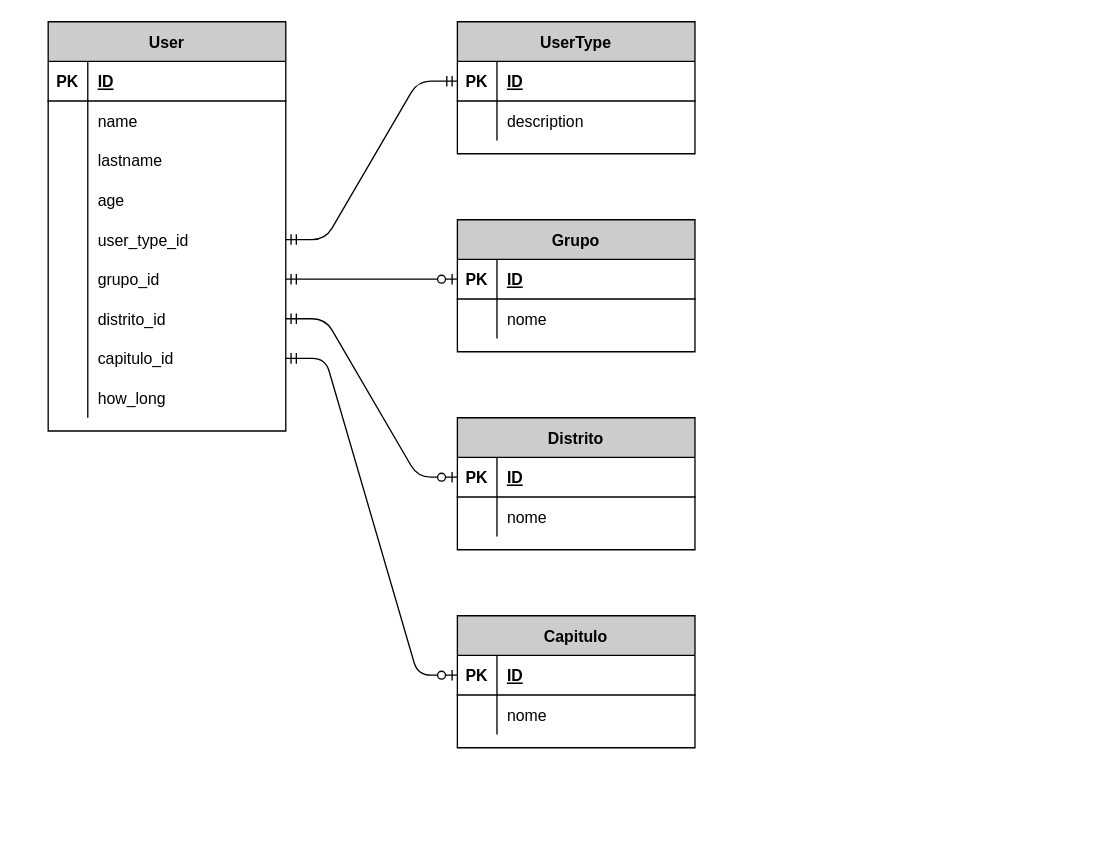
This is sgi potugal extranet.drawio from marciojusto/extranet, a draw.io file, before an edit. Source tidied: cells renumbered, new cells numbered last; positions are measured from the earlier drawing's top-left corner, leaving out a move shared by most shapes. Both pictures are drawn from the tidied source at 132%, with x=0, y=0 at pixel (48, 21).
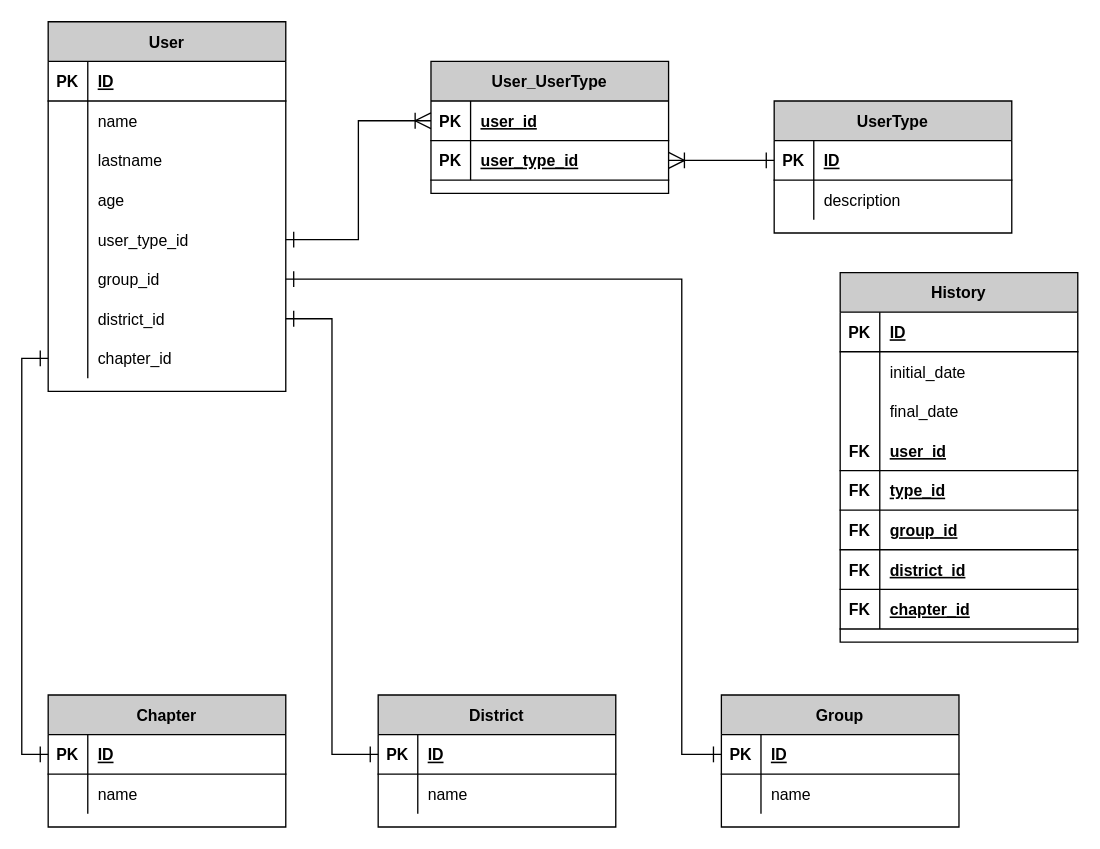
Above is the later version.

The change refers to these unchanged cells:
```xml
<mxCell id="15" style="shape=partialRectangle;fillColor=none;top=0;left=0;bottom=0;right=0;points=[[0,0.5],[1,0.5]];portConstraint=eastwest;" parent="2" vertex="1">
  <mxGeometry y="150" width="180" height="30" as="geometry" />
</mxCell>
<mxCell id="18" style="shape=partialRectangle;fillColor=none;top=0;left=0;bottom=0;right=0;points=[[0,0.5],[1,0.5]];portConstraint=eastwest;" parent="2" vertex="1">
  <mxGeometry y="180" width="180" height="30" as="geometry" />
</mxCell>
<mxCell id="21" style="shape=partialRectangle;fillColor=none;top=0;left=0;bottom=0;right=0;points=[[0,0.5],[1,0.5]];portConstraint=eastwest;" parent="2" vertex="1">
  <mxGeometry y="210" width="180" height="30" as="geometry" />
</mxCell>
<mxCell id="24" style="shape=partialRectangle;fillColor=none;top=0;left=0;bottom=0;right=0;points=[[0,0.5],[1,0.5]];portConstraint=eastwest;" parent="2" vertex="1">
  <mxGeometry y="240" width="180" height="30" as="geometry" />
</mxCell>
<mxCell id="42" style="shape=partialRectangle;fillColor=none;top=0;left=0;bottom=1;right=0;points=[[0,0.5],[1,0.5]];portConstraint=eastwest;" parent="41" vertex="1">
  <mxGeometry y="30" width="180" height="30" as="geometry" />
</mxCell>
<mxCell id="45" style="shape=partialRectangle;fillColor=none;top=0;left=0;bottom=0;right=0;" parent="41" vertex="1">
  <mxGeometry y="60" width="180" height="30" as="geometry" />
</mxCell>
<mxCell id="49" style="shape=partialRectangle;fillColor=none;top=0;left=0;bottom=1;right=0;points=[[0,0.5],[1,0.5]];portConstraint=eastwest;" parent="48" vertex="1">
  <mxGeometry y="30" width="180" height="30" as="geometry" />
</mxCell>
<mxCell id="52" style="shape=partialRectangle;fillColor=none;top=0;left=0;bottom=0;right=0;" parent="48" vertex="1">
  <mxGeometry y="60" width="180" height="30" as="geometry" />
</mxCell>
```

What changed in the source:
```diff
@@
     <mxCell id="2" value="User" style="shape=table;startSize=30;childLayout=tableLayout;rowLines=0;fontStyle=1;align=center;fillColor=#CCCCCC;" parent="1" vertex="1">
-      <mxGeometry width="180" height="310" as="geometry" />
+      <mxGeometry width="180" height="280" as="geometry" />
     </mxCell>
@@
-    <mxCell id="20" value="grupo_id" style="shape=partialRectangle;fillColor=none;top=0;left=0;bottom=0;right=0;align=left;spacingLeft=6;overflow=hidden;" parent="18" vertex="1">
+    <mxCell id="20" value="group_id" style="shape=partialRectangle;fillColor=none;top=0;left=0;bottom=0;right=0;align=left;spacingLeft=6;overflow=hidden;" parent="18" vertex="1">
       <mxGeometry x="30" width="150" height="30" as="geometry" />
     </mxCell>
@@
-    <mxCell id="23" value="distrito_id" style="shape=partialRectangle;fillColor=none;top=0;left=0;bottom=0;right=0;align=left;spacingLeft=6;overflow=hidden;" parent="21" vertex="1">
+    <mxCell id="23" value="district_id" style="shape=partialRectangle;fillColor=none;top=0;left=0;bottom=0;right=0;align=left;spacingLeft=6;overflow=hidden;" parent="21" vertex="1">
       <mxGeometry x="30" width="150" height="30" as="geometry" />
     </mxCell>
@@
-    <mxCell id="26" value="capitulo_id" style="shape=partialRectangle;fillColor=none;top=0;left=0;bottom=0;right=0;align=left;spacingLeft=6;overflow=hidden;" parent="24" vertex="1">
+    <mxCell id="26" value="chapter_id" style="shape=partialRectangle;fillColor=none;top=0;left=0;bottom=0;right=0;align=left;spacingLeft=6;overflow=hidden;" parent="24" vertex="1">
       <mxGeometry x="30" width="150" height="30" as="geometry" />
     </mxCell>
-    <mxCell id="27" style="shape=partialRectangle;fillColor=none;top=0;left=0;bottom=0;right=0;" parent="2" vertex="1">
-      <mxGeometry y="270" width="180" height="30" as="geometry" />
-    </mxCell>
-    <mxCell id="28" style="shape=partialRectangle;fillColor=none;top=0;left=0;bottom=0;right=0;overflow=hidden;" parent="27" vertex="1">
-      <mxGeometry width="30" height="30" as="geometry" />
-    </mxCell>
-    <mxCell id="29" value="how_long" style="shape=partialRectangle;fillColor=none;top=0;left=0;bottom=0;right=0;align=left;spacingLeft=6;overflow=hidden;" parent="27" vertex="1">
-      <mxGeometry x="30" width="150" height="30" as="geometry" />
-    </mxCell>
-    <mxCell id="30" value="UserType" style="shape=table;startSize=30;childLayout=tableLayout;rowLines=0;fontStyle=1;align=center;fillColor=#CCCCCC;" parent="1" vertex="1">
-      <mxGeometry x="310" width="180" height="100" as="geometry" />
-    </mxCell>
-    <mxCell id="31" style="shape=partialRectangle;fillColor=none;top=0;left=0;bottom=1;right=0;points=[[0,0.5],[1,0.5]];portConstraint=eastwest;" parent="30" vertex="1">
-      <mxGeometry y="30" width="180" height="30" as="geometry" />
-    </mxCell>
-    <mxCell id="32" value="PK" style="shape=partialRectangle;fillColor=none;top=0;left=0;bottom=0;right=0;fontStyle=1;overflow=hidden;" parent="31" vertex="1">
-      <mxGeometry width="30" height="30" as="geometry" />
-    </mxCell>
-    <mxCell id="33" value="ID" style="shape=partialRectangle;fillColor=none;top=0;left=0;bottom=0;right=0;align=left;spacingLeft=6;fontStyle=5;overflow=hidden;" parent="31" vertex="1">
-      <mxGeometry x="30" width="150" height="30" as="geometry" />
-    </mxCell>
-    <mxCell id="34" style="shape=partialRectangle;fillColor=none;top=0;left=0;bottom=0;right=0;" parent="30" vertex="1">
-      <mxGeometry y="60" width="180" height="30" as="geometry" />
-    </mxCell>
-    <mxCell id="35" style="shape=partialRectangle;fillColor=none;top=0;left=0;bottom=0;right=0;overflow=hidden;" parent="34" vertex="1">
-      <mxGeometry width="30" height="30" as="geometry" />
-    </mxCell>
-    <mxCell id="36" value="description" style="shape=partialRectangle;fillColor=none;top=0;left=0;bottom=0;right=0;align=left;spacingLeft=6;overflow=hidden;" parent="34" vertex="1">
-      <mxGeometry x="30" width="150" height="30" as="geometry" />
-    </mxCell>
-    <mxCell id="37" style="edgeStyle=entityRelationEdgeStyle;fontSize=12;html=1;endArrow=ERmandOne;startArrow=ERmandOne;exitX=1;exitY=0.5;exitDx=0;exitDy=0;" parent="1" edge="1" source="15" target="31">
-      <mxGeometry relative="1" as="geometry" />
-    </mxCell>
+    <mxCell id="62" style="edgeStyle=orthogonalEdgeStyle;rounded=0;jettySize=auto;html=1;exitX=1;exitY=0.5;exitDx=0;exitDy=0;entryX=0;entryY=0.5;entryDx=0;entryDy=0;endArrow=ERoneToMany;endFill=0;fontSize=11;strokeWidth=1;endSize=10;startArrow=ERone;startFill=0;startSize=10;" parent="1" edge="1" source="15" target="90">
+      <mxGeometry relative="1" as="geometry" />
+    </mxCell>
+    <mxCell id="63" style="edgeStyle=orthogonalEdgeStyle;rounded=0;jettySize=auto;html=1;exitX=0;exitY=0.5;exitDx=0;exitDy=0;entryX=1;entryY=0.5;entryDx=0;entryDy=0;endArrow=ERoneToMany;endFill=0;endSize=10;strokeWidth=1;fontSize=11;startArrow=ERone;startFill=0;startSize=10;" parent="1" edge="1" source="31" target="93">
+      <mxGeometry relative="1" as="geometry" />
+    </mxCell>
+    <mxCell id="64" value="History" style="shape=table;startSize=30;childLayout=tableLayout;rowLines=0;fontStyle=1;align=center;fillColor=#CCCCCC;" parent="1" vertex="1">
+      <mxGeometry x="600" y="190" width="180" height="280" as="geometry" />
+    </mxCell>
+    <mxCell id="65" style="shape=partialRectangle;fillColor=none;top=0;left=0;bottom=1;right=0;" parent="64" vertex="1">
+      <mxGeometry y="30" width="180" height="30" as="geometry" />
+    </mxCell>
+    <mxCell id="66" value="PK" style="shape=partialRectangle;fillColor=none;top=0;left=0;bottom=0;right=0;fontStyle=1;overflow=hidden;" parent="65" vertex="1">
+      <mxGeometry width="30" height="30" as="geometry" />
+    </mxCell>
+    <mxCell id="67" value="ID" style="shape=partialRectangle;fillColor=none;top=0;left=0;bottom=0;right=0;align=left;spacingLeft=6;fontStyle=5;overflow=hidden;" parent="65" vertex="1">
+      <mxGeometry x="30" width="150" height="30" as="geometry" />
+    </mxCell>
+    <mxCell id="68" style="shape=partialRectangle;fillColor=none;top=0;left=0;bottom=0;right=0;" parent="64" vertex="1">
+      <mxGeometry y="60" width="180" height="30" as="geometry" />
+    </mxCell>
+    <mxCell id="69" style="shape=partialRectangle;fillColor=none;top=0;left=0;bottom=0;right=0;overflow=hidden;" parent="68" vertex="1">
+      <mxGeometry width="30" height="30" as="geometry" />
+    </mxCell>
+    <mxCell id="70" value="initial_date" style="shape=partialRectangle;fillColor=none;top=0;left=0;bottom=0;right=0;align=left;spacingLeft=6;overflow=hidden;" parent="68" vertex="1">
+      <mxGeometry x="30" width="150" height="30" as="geometry" />
+    </mxCell>
+    <mxCell id="71" style="shape=partialRectangle;fillColor=none;top=0;left=0;bottom=0;right=0;" parent="64" vertex="1">
+      <mxGeometry y="90" width="180" height="30" as="geometry" />
+    </mxCell>
+    <mxCell id="72" style="shape=partialRectangle;fillColor=none;top=0;left=0;bottom=0;right=0;overflow=hidden;" parent="71" vertex="1">
+      <mxGeometry width="30" height="30" as="geometry" />
+    </mxCell>
+    <mxCell id="73" value="final_date" style="shape=partialRectangle;fillColor=none;top=0;left=0;bottom=0;right=0;align=left;spacingLeft=6;overflow=hidden;" parent="71" vertex="1">
+      <mxGeometry x="30" width="150" height="30" as="geometry" />
+    </mxCell>
+    <mxCell id="74" style="shape=partialRectangle;fillColor=none;top=0;left=0;bottom=1;right=0;" parent="64" vertex="1">
+      <mxGeometry y="120" width="180" height="30" as="geometry" />
+    </mxCell>
+    <mxCell id="75" value="FK" style="shape=partialRectangle;fillColor=none;top=0;left=0;bottom=0;right=0;fontStyle=1;overflow=hidden;" parent="74" vertex="1">
+      <mxGeometry width="30" height="30" as="geometry" />
+    </mxCell>
+    <mxCell id="76" value="user_id" style="shape=partialRectangle;fillColor=none;top=0;left=0;bottom=0;right=0;align=left;spacingLeft=6;fontStyle=5;overflow=hidden;" parent="74" vertex="1">
+      <mxGeometry x="30" width="150" height="30" as="geometry" />
+    </mxCell>
+    <mxCell id="77" style="shape=partialRectangle;fillColor=none;top=0;left=0;bottom=1;right=0;" parent="64" vertex="1">
+      <mxGeometry y="150" width="180" height="30" as="geometry" />
+    </mxCell>
+    <mxCell id="78" value="FK" style="shape=partialRectangle;fillColor=none;top=0;left=0;bottom=0;right=0;fontStyle=1;overflow=hidden;" parent="77" vertex="1">
+      <mxGeometry width="30" height="30" as="geometry" />
+    </mxCell>
+    <mxCell id="79" value="type_id" style="shape=partialRectangle;fillColor=none;top=0;left=0;bottom=0;right=0;align=left;spacingLeft=6;fontStyle=5;overflow=hidden;" parent="77" vertex="1">
+      <mxGeometry x="30" width="150" height="30" as="geometry" />
+    </mxCell>
+    <mxCell id="80" style="shape=partialRectangle;fillColor=none;top=0;left=0;bottom=1;right=0;" parent="64" vertex="1">
+      <mxGeometry y="180" width="180" height="30" as="geometry" />
+    </mxCell>
+    <mxCell id="81" value="FK" style="shape=partialRectangle;fillColor=none;top=0;left=0;bottom=0;right=0;fontStyle=1;overflow=hidden;" parent="80" vertex="1">
+      <mxGeometry width="30" height="30" as="geometry" />
+    </mxCell>
+    <mxCell id="82" value="group_id" style="shape=partialRectangle;fillColor=none;top=0;left=0;bottom=0;right=0;align=left;spacingLeft=6;fontStyle=5;overflow=hidden;" parent="80" vertex="1">
+      <mxGeometry x="30" width="150" height="30" as="geometry" />
+    </mxCell>
+    <mxCell id="83" style="shape=partialRectangle;fillColor=none;top=0;left=0;bottom=1;right=0;" parent="64" vertex="1">
+      <mxGeometry y="210" width="180" height="30" as="geometry" />
+    </mxCell>
+    <mxCell id="84" value="FK" style="shape=partialRectangle;fillColor=none;top=0;left=0;bottom=0;right=0;fontStyle=1;overflow=hidden;" parent="83" vertex="1">
+      <mxGeometry width="30" height="30" as="geometry" />
+    </mxCell>
+    <mxCell id="85" value="district_id" style="shape=partialRectangle;fillColor=none;top=0;left=0;bottom=0;right=0;align=left;spacingLeft=6;fontStyle=5;overflow=hidden;" parent="83" vertex="1">
+      <mxGeometry x="30" width="150" height="30" as="geometry" />
+    </mxCell>
+    <mxCell id="86" style="shape=partialRectangle;fillColor=none;top=0;left=0;bottom=1;right=0;" parent="64" vertex="1">
+      <mxGeometry y="240" width="180" height="30" as="geometry" />
+    </mxCell>
+    <mxCell id="87" value="FK" style="shape=partialRectangle;fillColor=none;top=0;left=0;bottom=0;right=0;fontStyle=1;overflow=hidden;" parent="86" vertex="1">
+      <mxGeometry width="30" height="30" as="geometry" />
+    </mxCell>
+    <mxCell id="88" value="chapter_id" style="shape=partialRectangle;fillColor=none;top=0;left=0;bottom=0;right=0;align=left;spacingLeft=6;fontStyle=5;overflow=hidden;" parent="86" vertex="1">
+      <mxGeometry x="30" width="150" height="30" as="geometry" />
+    </mxCell>
-    <mxCell id="38" style="edgeStyle=entityRelationEdgeStyle;fontSize=12;html=1;endArrow=ERzeroToOne;startArrow=ERmandOne;exitX=1;exitY=0.5;exitDx=0;exitDy=0;entryX=0;entryY=0.5;entryDx=0;entryDy=0;" parent="1" edge="1" source="18" target="49">
-      <mxGeometry relative="1" as="geometry" />
+    <mxCell id="38" style="edgeStyle=orthogonalEdgeStyle;rounded=0;jettySize=auto;html=1;entryX=0;entryY=0.5;entryDx=0;entryDy=0;startArrow=ERone;startFill=0;startSize=10;endArrow=ERone;endFill=0;endSize=10;strokeWidth=1;fontSize=11;" parent="1" edge="1" source="18" target="49">
+      <mxGeometry relative="1" as="geometry">
+        <Array as="points">
+          <mxPoint x="480" y="195" />
+          <mxPoint x="480" y="555" />
+        </Array>
+      </mxGeometry>
     </mxCell>
+    <mxCell id="89" value="User_UserType" style="shape=table;startSize=30;childLayout=tableLayout;rowLines=0;fontStyle=1;align=center;fillColor=#CCCCCC;" parent="1" vertex="1">
+      <mxGeometry x="290" y="30" width="180" height="100" as="geometry" />
+    </mxCell>
+    <mxCell id="90" style="shape=partialRectangle;fillColor=none;top=0;left=0;bottom=1;right=0;points=[[0,0.5],[1,0.5]];portConstraint=eastwest;" parent="89" vertex="1">
+      <mxGeometry y="30" width="180" height="30" as="geometry" />
+    </mxCell>
+    <mxCell id="91" value="PK" style="shape=partialRectangle;fillColor=none;top=0;left=0;bottom=0;right=0;fontStyle=1;overflow=hidden;" parent="90" vertex="1">
+      <mxGeometry width="30" height="30" as="geometry" />
+    </mxCell>
+    <mxCell id="92" value="user_id" style="shape=partialRectangle;fillColor=none;top=0;left=0;bottom=0;right=0;align=left;spacingLeft=6;fontStyle=5;overflow=hidden;" parent="90" vertex="1">
+      <mxGeometry x="30" width="150" height="30" as="geometry" />
+    </mxCell>
+    <mxCell id="93" style="shape=partialRectangle;fillColor=none;top=0;left=0;bottom=1;right=0;points=[[0,0.5],[1,0.5]];portConstraint=eastwest;" parent="89" vertex="1">
+      <mxGeometry y="60" width="180" height="30" as="geometry" />
+    </mxCell>
+    <mxCell id="94" value="PK" style="shape=partialRectangle;fillColor=none;top=0;left=0;bottom=0;right=0;fontStyle=1;overflow=hidden;" parent="93" vertex="1">
+      <mxGeometry width="30" height="30" as="geometry" />
+    </mxCell>
+    <mxCell id="95" value="user_type_id" style="shape=partialRectangle;fillColor=none;top=0;left=0;bottom=0;right=0;align=left;spacingLeft=6;fontStyle=5;overflow=hidden;" parent="93" vertex="1">
+      <mxGeometry x="30" width="150" height="30" as="geometry" />
+    </mxCell>
-    <mxCell id="39" style="edgeStyle=entityRelationEdgeStyle;fontSize=12;html=1;endArrow=ERzeroToOne;startArrow=ERmandOne;exitX=1;exitY=0.5;exitDx=0;exitDy=0;" parent="1" edge="1" source="21" target="42">
+    <mxCell id="39" style="edgeStyle=orthogonalEdgeStyle;rounded=0;jettySize=auto;html=1;entryX=0;entryY=0.5;entryDx=0;entryDy=0;startArrow=ERone;startFill=0;startSize=10;endArrow=ERone;endFill=0;endSize=10;strokeWidth=1;fontSize=11;" parent="1" edge="1" source="21" target="42">
       <mxGeometry relative="1" as="geometry" />
     </mxCell>
+    <mxCell id="55" value="Chapter" style="shape=table;startSize=30;childLayout=tableLayout;rowLines=0;fontStyle=1;align=center;fillColor=#CCCCCC;" parent="1" vertex="1">
+      <mxGeometry y="510" width="180" height="100" as="geometry" />
+    </mxCell>
+    <mxCell id="56" style="shape=partialRectangle;fillColor=none;top=0;left=0;bottom=1;right=0;points=[[0,0.5],[1,0.5]];portConstraint=eastwest;" parent="55" vertex="1">
+      <mxGeometry y="30" width="180" height="30" as="geometry" />
+    </mxCell>
+    <mxCell id="57" value="PK" style="shape=partialRectangle;fillColor=none;top=0;left=0;bottom=0;right=0;fontStyle=1;overflow=hidden;" parent="56" vertex="1">
+      <mxGeometry width="30" height="30" as="geometry" />
+    </mxCell>
+    <mxCell id="58" value="ID" style="shape=partialRectangle;fillColor=none;top=0;left=0;bottom=0;right=0;align=left;spacingLeft=6;fontStyle=5;overflow=hidden;" parent="56" vertex="1">
+      <mxGeometry x="30" width="150" height="30" as="geometry" />
+    </mxCell>
+    <mxCell id="59" style="shape=partialRectangle;fillColor=none;top=0;left=0;bottom=0;right=0;" parent="55" vertex="1">
+      <mxGeometry y="60" width="180" height="30" as="geometry" />
+    </mxCell>
+    <mxCell id="60" style="shape=partialRectangle;fillColor=none;top=0;left=0;bottom=0;right=0;overflow=hidden;" parent="59" vertex="1">
+      <mxGeometry width="30" height="30" as="geometry" />
+    </mxCell>
+    <mxCell id="61" value="name" style="shape=partialRectangle;fillColor=none;top=0;left=0;bottom=0;right=0;align=left;spacingLeft=6;overflow=hidden;" parent="59" vertex="1">
+      <mxGeometry x="30" width="150" height="30" as="geometry" />
+    </mxCell>
-    <mxCell id="40" style="edgeStyle=entityRelationEdgeStyle;fontSize=12;html=1;endArrow=ERzeroToOne;startArrow=ERmandOne;exitX=1;exitY=0.5;exitDx=0;exitDy=0;entryX=0;entryY=0.5;entryDx=0;entryDy=0;" parent="1" edge="1" source="24" target="56">
+    <mxCell id="40" style="edgeStyle=orthogonalEdgeStyle;rounded=0;jettySize=auto;html=1;entryX=0;entryY=0.5;entryDx=0;entryDy=0;startArrow=ERone;startFill=0;startSize=10;endArrow=ERone;endFill=0;endSize=10;strokeWidth=1;fontSize=11;" parent="1" edge="1" source="24" target="56">
       <mxGeometry relative="1" as="geometry" />
     </mxCell>
-    <mxCell id="41" value="Distrito" style="shape=table;startSize=30;childLayout=tableLayout;rowLines=0;fontStyle=1;align=center;fillColor=#CCCCCC;" parent="1" vertex="1">
-      <mxGeometry x="310" y="300" width="180" height="100" as="geometry" />
+    <mxCell id="41" value="District" style="shape=table;startSize=30;childLayout=tableLayout;rowLines=0;fontStyle=1;align=center;fillColor=#CCCCCC;" parent="1" vertex="1">
+      <mxGeometry x="250" y="510" width="180" height="100" as="geometry" />
     </mxCell>
@@
-    <mxCell id="47" value="nome" style="shape=partialRectangle;fillColor=none;top=0;left=0;bottom=0;right=0;align=left;spacingLeft=6;overflow=hidden;" parent="45" vertex="1">
+    <mxCell id="47" value="name" style="shape=partialRectangle;fillColor=none;top=0;left=0;bottom=0;right=0;align=left;spacingLeft=6;overflow=hidden;" parent="45" vertex="1">
       <mxGeometry x="30" width="150" height="30" as="geometry" />
     </mxCell>
-    <mxCell id="48" value="Grupo" style="shape=table;startSize=30;childLayout=tableLayout;rowLines=0;fontStyle=1;align=center;fillColor=#CCCCCC;" parent="1" vertex="1">
-      <mxGeometry x="310" y="150" width="180" height="100" as="geometry" />
+    <mxCell id="48" value="Group" style="shape=table;startSize=30;childLayout=tableLayout;rowLines=0;fontStyle=1;align=center;fillColor=#CCCCCC;" parent="1" vertex="1">
+      <mxGeometry x="510" y="510" width="180" height="100" as="geometry" />
     </mxCell>
@@
-    <mxCell id="54" value="nome" style="shape=partialRectangle;fillColor=none;top=0;left=0;bottom=0;right=0;align=left;spacingLeft=6;overflow=hidden;" parent="52" vertex="1">
+    <mxCell id="54" value="name" style="shape=partialRectangle;fillColor=none;top=0;left=0;bottom=0;right=0;align=left;spacingLeft=6;overflow=hidden;" parent="52" vertex="1">
       <mxGeometry x="30" width="150" height="30" as="geometry" />
     </mxCell>
-    <mxCell id="55" value="Capitulo" style="shape=table;startSize=30;childLayout=tableLayout;rowLines=0;fontStyle=1;align=center;fillColor=#CCCCCC;" parent="1" vertex="1">
-      <mxGeometry x="310" y="450" width="180" height="100" as="geometry" />
-    </mxCell>
-    <mxCell id="56" style="shape=partialRectangle;fillColor=none;top=0;left=0;bottom=1;right=0;points=[[0,0.5],[1,0.5]];portConstraint=eastwest;" parent="55" vertex="1">
-      <mxGeometry y="30" width="180" height="30" as="geometry" />
-    </mxCell>
-    <mxCell id="57" value="PK" style="shape=partialRectangle;fillColor=none;top=0;left=0;bottom=0;right=0;fontStyle=1;overflow=hidden;" parent="56" vertex="1">
-      <mxGeometry width="30" height="30" as="geometry" />
-    </mxCell>
-    <mxCell id="58" value="ID" style="shape=partialRectangle;fillColor=none;top=0;left=0;bottom=0;right=0;align=left;spacingLeft=6;fontStyle=5;overflow=hidden;" parent="56" vertex="1">
-      <mxGeometry x="30" width="150" height="30" as="geometry" />
-    </mxCell>
-    <mxCell id="59" style="shape=partialRectangle;fillColor=none;top=0;left=0;bottom=0;right=0;" parent="55" vertex="1">
-      <mxGeometry y="60" width="180" height="30" as="geometry" />
-    </mxCell>
-    <mxCell id="60" style="shape=partialRectangle;fillColor=none;top=0;left=0;bottom=0;right=0;overflow=hidden;" parent="59" vertex="1">
-      <mxGeometry width="30" height="30" as="geometry" />
-    </mxCell>
-    <mxCell id="61" value="nome" style="shape=partialRectangle;fillColor=none;top=0;left=0;bottom=0;right=0;align=left;spacingLeft=6;overflow=hidden;" parent="59" vertex="1">
-      <mxGeometry x="30" width="150" height="30" as="geometry" />
-    </mxCell>
+    <mxCell id="30" value="UserType" style="shape=table;startSize=30;childLayout=tableLayout;rowLines=0;fontStyle=1;align=center;fillColor=#CCCCCC;" parent="1" vertex="1">
+      <mxGeometry x="550" y="60" width="180" height="100" as="geometry" />
+    </mxCell>
+    <mxCell id="31" style="shape=partialRectangle;fillColor=none;top=0;left=0;bottom=1;right=0;points=[[0,0.5],[1,0.5]];portConstraint=eastwest;" parent="30" vertex="1">
+      <mxGeometry y="30" width="180" height="30" as="geometry" />
+    </mxCell>
+    <mxCell id="32" value="PK" style="shape=partialRectangle;fillColor=none;top=0;left=0;bottom=0;right=0;fontStyle=1;overflow=hidden;" parent="31" vertex="1">
+      <mxGeometry width="30" height="30" as="geometry" />
+    </mxCell>
+    <mxCell id="33" value="ID" style="shape=partialRectangle;fillColor=none;top=0;left=0;bottom=0;right=0;align=left;spacingLeft=6;fontStyle=5;overflow=hidden;" parent="31" vertex="1">
+      <mxGeometry x="30" width="150" height="30" as="geometry" />
+    </mxCell>
+    <mxCell id="34" style="shape=partialRectangle;fillColor=none;top=0;left=0;bottom=0;right=0;" parent="30" vertex="1">
+      <mxGeometry y="60" width="180" height="30" as="geometry" />
+    </mxCell>
+    <mxCell id="35" style="shape=partialRectangle;fillColor=none;top=0;left=0;bottom=0;right=0;overflow=hidden;" parent="34" vertex="1">
+      <mxGeometry width="30" height="30" as="geometry" />
+    </mxCell>
+    <mxCell id="36" value="description" style="shape=partialRectangle;fillColor=none;top=0;left=0;bottom=0;right=0;align=left;spacingLeft=6;overflow=hidden;" parent="34" vertex="1">
+      <mxGeometry x="30" width="150" height="30" as="geometry" />
+    </mxCell>
```
